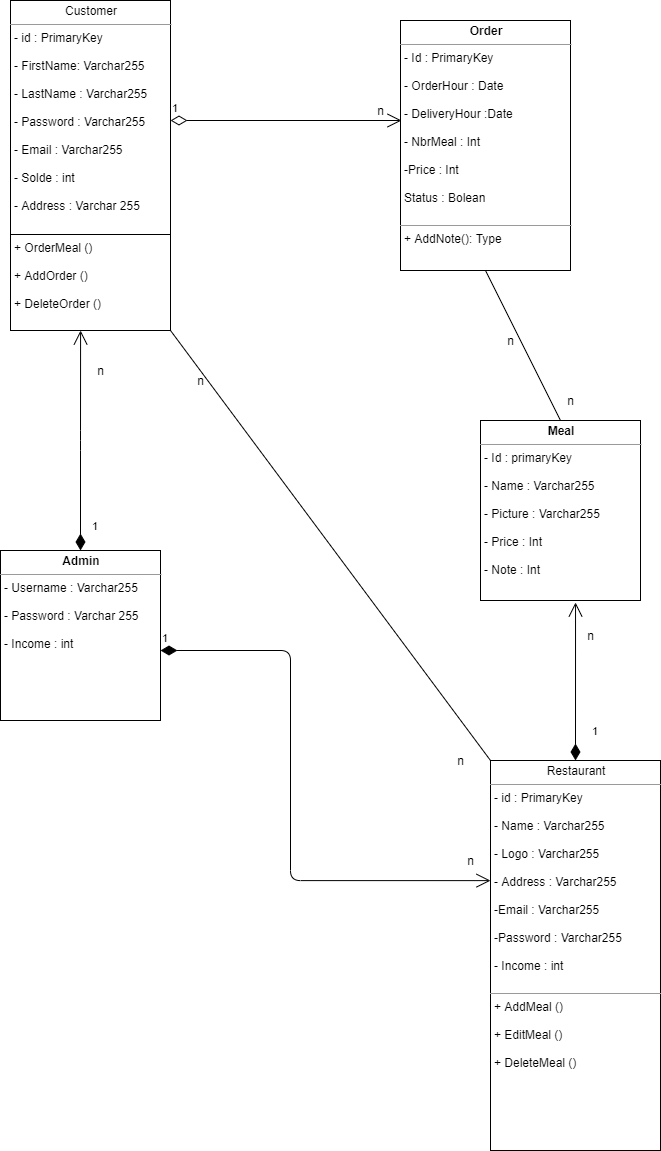
Before: Documentation/Diagramme de classe.png, a diagram exported from draw.io (leoniemandah/Dev-Eat). Source tidied: cells renumbered, new cells last; positions are measured from the earlier drawing's top-left corner, leaving out a move shared by most shapes.
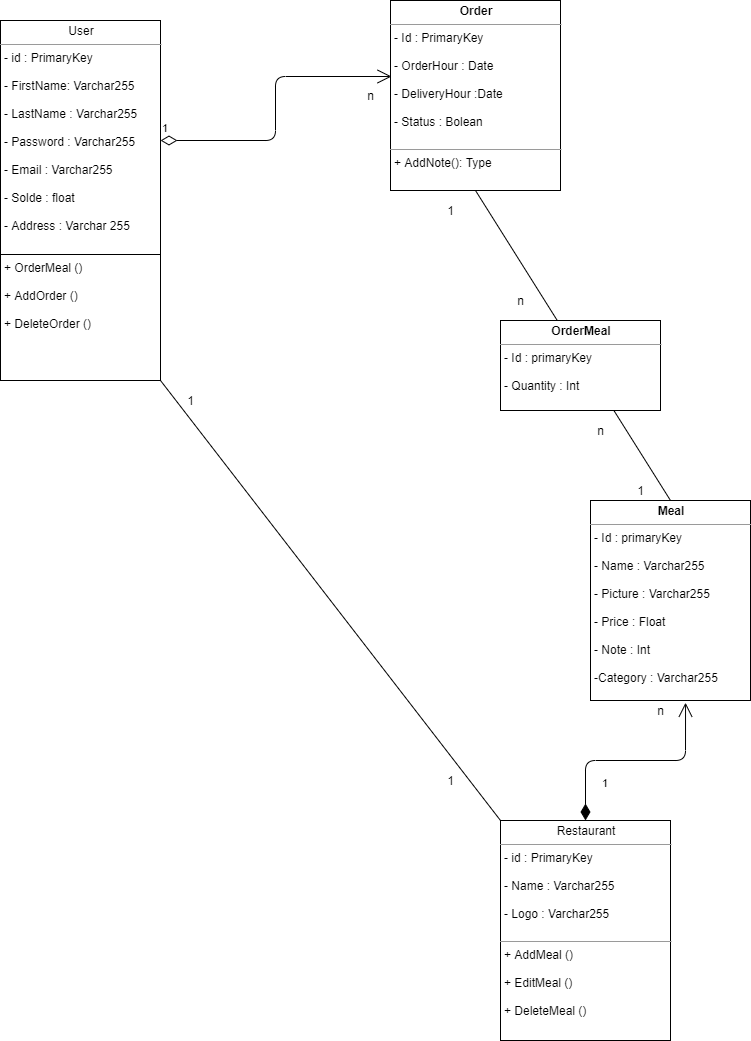
Above is the later version.

Change to the diagram source:
```diff
@@ -2,65 +2,42 @@
   <root>
     <mxCell id="0" />
     <mxCell id="1" parent="0" />
-    <mxCell id="2" value="&lt;p style=&quot;margin: 0px ; margin-top: 4px ; text-align: center&quot;&gt;Customer&lt;/p&gt;&lt;hr size=&quot;1&quot;&gt;&lt;p style=&quot;margin: 0px ; margin-left: 4px&quot;&gt;- id : PrimaryKey&lt;/p&gt;&lt;p style=&quot;margin: 0px ; margin-left: 4px&quot;&gt;&lt;br&gt;&lt;/p&gt;&lt;p style=&quot;margin: 0px ; margin-left: 4px&quot;&gt;- FirstName: Varchar255&lt;/p&gt;&lt;p style=&quot;margin: 0px ; margin-left: 4px&quot;&gt;&lt;br&gt;&lt;/p&gt;&lt;p style=&quot;margin: 0px ; margin-left: 4px&quot;&gt;- LastName : Varchar255&lt;/p&gt;&lt;p style=&quot;margin: 0px ; margin-left: 4px&quot;&gt;&lt;br&gt;&lt;/p&gt;&lt;p style=&quot;margin: 0px ; margin-left: 4px&quot;&gt;- Password : Varchar255&lt;/p&gt;&lt;p style=&quot;margin: 0px ; margin-left: 4px&quot;&gt;&lt;br&gt;&lt;/p&gt;&lt;p style=&quot;margin: 0px ; margin-left: 4px&quot;&gt;- Email : Varchar255&lt;/p&gt;&lt;p style=&quot;margin: 0px ; margin-left: 4px&quot;&gt;&lt;br&gt;&lt;/p&gt;&lt;p style=&quot;margin: 0px ; margin-left: 4px&quot;&gt;- Solde : int&lt;/p&gt;&lt;p style=&quot;margin: 0px ; margin-left: 4px&quot;&gt;&lt;br&gt;&lt;/p&gt;&lt;p style=&quot;margin: 0px ; margin-left: 4px&quot;&gt;- Address : Varchar 255&lt;/p&gt;&lt;p style=&quot;margin: 0px ; margin-left: 4px&quot;&gt;&lt;br&gt;&lt;/p&gt;&lt;p style=&quot;margin: 0px ; margin-left: 4px&quot;&gt;&lt;br&gt;&lt;/p&gt;&lt;p style=&quot;margin: 0px ; margin-left: 4px&quot;&gt;+ OrderMeal ()&amp;nbsp;&lt;/p&gt;&lt;p style=&quot;margin: 0px ; margin-left: 4px&quot;&gt;&lt;br&gt;&lt;/p&gt;&lt;p style=&quot;margin: 0px ; margin-left: 4px&quot;&gt;+ AddOrder ()&lt;/p&gt;&lt;p style=&quot;margin: 0px ; margin-left: 4px&quot;&gt;&lt;br&gt;&lt;/p&gt;&lt;p style=&quot;margin: 0px ; margin-left: 4px&quot;&gt;+ DeleteOrder ()&lt;/p&gt;&lt;p style=&quot;margin: 0px ; margin-left: 4px&quot;&gt;&lt;br&gt;&lt;/p&gt;&lt;p style=&quot;margin: 0px ; margin-left: 4px&quot;&gt;&lt;br&gt;&lt;/p&gt;&lt;p style=&quot;margin: 0px ; margin-left: 4px&quot;&gt;&lt;br&gt;&lt;/p&gt;&lt;p style=&quot;margin: 0px ; margin-left: 4px&quot;&gt;&lt;br&gt;&lt;/p&gt;" style="verticalAlign=top;align=left;overflow=fill;fontSize=12;fontFamily=Helvetica;html=1;" parent="1" vertex="1">
-      <mxGeometry x="10" width="160" height="330" as="geometry" />
+    <mxCell id="2" value="&lt;p style=&quot;margin: 0px ; margin-top: 4px ; text-align: center&quot;&gt;User&lt;/p&gt;&lt;hr size=&quot;1&quot;&gt;&lt;p style=&quot;margin: 0px ; margin-left: 4px&quot;&gt;- id : PrimaryKey&lt;/p&gt;&lt;p style=&quot;margin: 0px ; margin-left: 4px&quot;&gt;&lt;br&gt;&lt;/p&gt;&lt;p style=&quot;margin: 0px ; margin-left: 4px&quot;&gt;- FirstName: Varchar255&lt;/p&gt;&lt;p style=&quot;margin: 0px ; margin-left: 4px&quot;&gt;&lt;br&gt;&lt;/p&gt;&lt;p style=&quot;margin: 0px ; margin-left: 4px&quot;&gt;- LastName : Varchar255&lt;/p&gt;&lt;p style=&quot;margin: 0px ; margin-left: 4px&quot;&gt;&lt;br&gt;&lt;/p&gt;&lt;p style=&quot;margin: 0px ; margin-left: 4px&quot;&gt;- Password : Varchar255&lt;/p&gt;&lt;p style=&quot;margin: 0px ; margin-left: 4px&quot;&gt;&lt;br&gt;&lt;/p&gt;&lt;p style=&quot;margin: 0px ; margin-left: 4px&quot;&gt;- Email : Varchar255&lt;/p&gt;&lt;p style=&quot;margin: 0px ; margin-left: 4px&quot;&gt;&lt;br&gt;&lt;/p&gt;&lt;p style=&quot;margin: 0px ; margin-left: 4px&quot;&gt;- Solde : float&lt;/p&gt;&lt;p style=&quot;margin: 0px ; margin-left: 4px&quot;&gt;&lt;br&gt;&lt;/p&gt;&lt;p style=&quot;margin: 0px ; margin-left: 4px&quot;&gt;- Address : Varchar 255&lt;/p&gt;&lt;p style=&quot;margin: 0px ; margin-left: 4px&quot;&gt;&lt;br&gt;&lt;/p&gt;&lt;p style=&quot;margin: 0px ; margin-left: 4px&quot;&gt;&lt;br&gt;&lt;/p&gt;&lt;p style=&quot;margin: 0px ; margin-left: 4px&quot;&gt;+ OrderMeal ()&amp;nbsp;&lt;/p&gt;&lt;p style=&quot;margin: 0px ; margin-left: 4px&quot;&gt;&lt;br&gt;&lt;/p&gt;&lt;p style=&quot;margin: 0px ; margin-left: 4px&quot;&gt;+ AddOrder ()&lt;/p&gt;&lt;p style=&quot;margin: 0px ; margin-left: 4px&quot;&gt;&lt;br&gt;&lt;/p&gt;&lt;p style=&quot;margin: 0px ; margin-left: 4px&quot;&gt;+ DeleteOrder ()&lt;/p&gt;&lt;p style=&quot;margin: 0px ; margin-left: 4px&quot;&gt;&lt;br&gt;&lt;/p&gt;&lt;p style=&quot;margin: 0px ; margin-left: 4px&quot;&gt;&lt;br&gt;&lt;/p&gt;&lt;p style=&quot;margin: 0px ; margin-left: 4px&quot;&gt;&lt;br&gt;&lt;/p&gt;&lt;p style=&quot;margin: 0px ; margin-left: 4px&quot;&gt;&lt;br&gt;&lt;/p&gt;" style="verticalAlign=top;align=left;overflow=fill;fontSize=12;fontFamily=Helvetica;html=1;" parent="1" vertex="1">
+      <mxGeometry x="10" width="160" height="360" as="geometry" />
     </mxCell>
     <mxCell id="3" style="line;strokeWidth=1;fillColor=none;align=left;verticalAlign=middle;spacingTop=-1;spacingLeft=3;spacingRight=3;labelPosition=right;" parent="1" vertex="1">
       <mxGeometry x="10" y="230" width="160" height="8" as="geometry" />
     </mxCell>
-    <mxCell id="4" value="&lt;p style=&quot;margin: 0px ; margin-top: 4px ; text-align: center&quot;&gt;Restaurant&lt;/p&gt;&lt;hr size=&quot;1&quot;&gt;&lt;p style=&quot;margin: 0px ; margin-left: 4px&quot;&gt;- id : PrimaryKey&lt;/p&gt;&lt;p style=&quot;margin: 0px ; margin-left: 4px&quot;&gt;&lt;br&gt;&lt;/p&gt;&lt;p style=&quot;margin: 0px ; margin-left: 4px&quot;&gt;- Name : Varchar255&lt;/p&gt;&lt;p style=&quot;margin: 0px ; margin-left: 4px&quot;&gt;&lt;br&gt;&lt;/p&gt;&lt;p style=&quot;margin: 0px ; margin-left: 4px&quot;&gt;- Logo : Varchar255&lt;/p&gt;&lt;p style=&quot;margin: 0px ; margin-left: 4px&quot;&gt;&lt;br&gt;&lt;/p&gt;&lt;p style=&quot;margin: 0px ; margin-left: 4px&quot;&gt;- Address : Varchar255&lt;/p&gt;&lt;p style=&quot;margin: 0px ; margin-left: 4px&quot;&gt;&amp;nbsp;&lt;/p&gt;&lt;p style=&quot;margin: 0px ; margin-left: 4px&quot;&gt;-Email : Varchar255&lt;/p&gt;&lt;p style=&quot;margin: 0px ; margin-left: 4px&quot;&gt;&lt;br&gt;&lt;/p&gt;&lt;p style=&quot;margin: 0px ; margin-left: 4px&quot;&gt;-Password : Varchar255&lt;/p&gt;&lt;p style=&quot;margin: 0px ; margin-left: 4px&quot;&gt;&lt;br&gt;&lt;/p&gt;&lt;p style=&quot;margin: 0px ; margin-left: 4px&quot;&gt;- Income : int&lt;/p&gt;&lt;p style=&quot;margin: 0px ; margin-left: 4px&quot;&gt;&lt;br&gt;&lt;/p&gt;&lt;hr size=&quot;1&quot;&gt;&lt;p style=&quot;margin: 0px ; margin-left: 4px&quot;&gt;+ AddMeal ()&lt;/p&gt;&lt;p style=&quot;margin: 0px ; margin-left: 4px&quot;&gt;&lt;br&gt;&lt;/p&gt;&lt;p style=&quot;margin: 0px ; margin-left: 4px&quot;&gt;+ EditMeal ()&lt;/p&gt;&lt;p style=&quot;margin: 0px ; margin-left: 4px&quot;&gt;&lt;br&gt;&lt;/p&gt;&lt;p style=&quot;margin: 0px ; margin-left: 4px&quot;&gt;+ DeleteMeal ()&lt;/p&gt;&lt;p style=&quot;margin: 0px ; margin-left: 4px&quot;&gt;&lt;br&gt;&lt;/p&gt;&lt;p style=&quot;margin: 0px ; margin-left: 4px&quot;&gt;&lt;br&gt;&lt;/p&gt;&lt;p style=&quot;margin: 0px ; margin-left: 4px&quot;&gt;&lt;br&gt;&lt;/p&gt;&lt;p style=&quot;margin: 0px ; margin-left: 4px&quot;&gt;&lt;br&gt;&lt;/p&gt;" style="verticalAlign=top;align=left;overflow=fill;fontSize=12;fontFamily=Helvetica;html=1;" parent="1" vertex="1">
-      <mxGeometry x="490" y="760" width="170" height="390" as="geometry" />
+    <mxCell id="4" value="&lt;p style=&quot;margin: 0px ; margin-top: 4px ; text-align: center&quot;&gt;Restaurant&lt;/p&gt;&lt;hr size=&quot;1&quot;&gt;&lt;p style=&quot;margin: 0px ; margin-left: 4px&quot;&gt;- id : PrimaryKey&lt;/p&gt;&lt;p style=&quot;margin: 0px ; margin-left: 4px&quot;&gt;&lt;br&gt;&lt;/p&gt;&lt;p style=&quot;margin: 0px ; margin-left: 4px&quot;&gt;- Name : Varchar255&lt;/p&gt;&lt;p style=&quot;margin: 0px ; margin-left: 4px&quot;&gt;&lt;br&gt;&lt;/p&gt;&lt;p style=&quot;margin: 0px ; margin-left: 4px&quot;&gt;- Logo : Varchar255&lt;/p&gt;&lt;p style=&quot;margin: 0px ; margin-left: 4px&quot;&gt;&lt;br&gt;&lt;/p&gt;&lt;hr size=&quot;1&quot;&gt;&lt;p style=&quot;margin: 0px ; margin-left: 4px&quot;&gt;+ AddMeal ()&lt;/p&gt;&lt;p style=&quot;margin: 0px ; margin-left: 4px&quot;&gt;&lt;br&gt;&lt;/p&gt;&lt;p style=&quot;margin: 0px ; margin-left: 4px&quot;&gt;+ EditMeal ()&lt;/p&gt;&lt;p style=&quot;margin: 0px ; margin-left: 4px&quot;&gt;&lt;br&gt;&lt;/p&gt;&lt;p style=&quot;margin: 0px ; margin-left: 4px&quot;&gt;+ DeleteMeal ()&lt;/p&gt;&lt;p style=&quot;margin: 0px ; margin-left: 4px&quot;&gt;&lt;br&gt;&lt;/p&gt;&lt;p style=&quot;margin: 0px ; margin-left: 4px&quot;&gt;&lt;br&gt;&lt;/p&gt;&lt;p style=&quot;margin: 0px ; margin-left: 4px&quot;&gt;&lt;br&gt;&lt;/p&gt;&lt;p style=&quot;margin: 0px ; margin-left: 4px&quot;&gt;&lt;br&gt;&lt;/p&gt;" style="verticalAlign=top;align=left;overflow=fill;fontSize=12;fontFamily=Helvetica;html=1;" parent="1" vertex="1">
+      <mxGeometry x="510" y="800" width="170" height="220" as="geometry" />
     </mxCell>
-    <mxCell id="5" value="&lt;p style=&quot;margin: 0px ; margin-top: 4px ; text-align: center&quot;&gt;&lt;b&gt;Meal&lt;/b&gt;&lt;/p&gt;&lt;hr size=&quot;1&quot;&gt;&lt;p style=&quot;margin: 0px ; margin-left: 4px&quot;&gt;- Id : primaryKey&amp;nbsp;&lt;/p&gt;&lt;p style=&quot;margin: 0px ; margin-left: 4px&quot;&gt;&lt;br&gt;&lt;/p&gt;&lt;p style=&quot;margin: 0px ; margin-left: 4px&quot;&gt;- Name : Varchar255&lt;/p&gt;&lt;p style=&quot;margin: 0px ; margin-left: 4px&quot;&gt;&lt;br&gt;&lt;/p&gt;&lt;p style=&quot;margin: 0px ; margin-left: 4px&quot;&gt;- Picture : Varchar255&lt;/p&gt;&lt;p style=&quot;margin: 0px ; margin-left: 4px&quot;&gt;&lt;br&gt;&lt;/p&gt;&lt;p style=&quot;margin: 0px ; margin-left: 4px&quot;&gt;- Price : Int&lt;/p&gt;&lt;p style=&quot;margin: 0px ; margin-left: 4px&quot;&gt;&lt;br&gt;&lt;/p&gt;&lt;p style=&quot;margin: 0px ; margin-left: 4px&quot;&gt;- Note : Int&lt;/p&gt;&lt;p style=&quot;margin: 0px ; margin-left: 4px&quot;&gt;&lt;br&gt;&lt;/p&gt;&lt;p style=&quot;margin: 0px ; margin-left: 4px&quot;&gt;&lt;br&gt;&lt;/p&gt;" style="verticalAlign=top;align=left;overflow=fill;fontSize=12;fontFamily=Helvetica;html=1;" parent="1" vertex="1">
-      <mxGeometry x="480" y="420" width="160" height="180" as="geometry" />
+    <mxCell id="5" value="&lt;p style=&quot;margin: 0px ; margin-top: 4px ; text-align: center&quot;&gt;&lt;b&gt;Meal&lt;/b&gt;&lt;/p&gt;&lt;hr size=&quot;1&quot;&gt;&lt;p style=&quot;margin: 0px ; margin-left: 4px&quot;&gt;- Id : primaryKey&amp;nbsp;&lt;/p&gt;&lt;p style=&quot;margin: 0px ; margin-left: 4px&quot;&gt;&lt;br&gt;&lt;/p&gt;&lt;p style=&quot;margin: 0px ; margin-left: 4px&quot;&gt;- Name : Varchar255&lt;/p&gt;&lt;p style=&quot;margin: 0px ; margin-left: 4px&quot;&gt;&lt;br&gt;&lt;/p&gt;&lt;p style=&quot;margin: 0px ; margin-left: 4px&quot;&gt;- Picture : Varchar255&lt;/p&gt;&lt;p style=&quot;margin: 0px ; margin-left: 4px&quot;&gt;&lt;br&gt;&lt;/p&gt;&lt;p style=&quot;margin: 0px ; margin-left: 4px&quot;&gt;- Price : Float&lt;/p&gt;&lt;p style=&quot;margin: 0px ; margin-left: 4px&quot;&gt;&lt;br&gt;&lt;/p&gt;&lt;p style=&quot;margin: 0px ; margin-left: 4px&quot;&gt;- Note : Int&lt;/p&gt;&lt;p style=&quot;margin: 0px ; margin-left: 4px&quot;&gt;&lt;br&gt;&lt;/p&gt;&lt;p style=&quot;margin: 0px ; margin-left: 4px&quot;&gt;-Category : Varchar255&lt;/p&gt;&lt;p style=&quot;margin: 0px ; margin-left: 4px&quot;&gt;&lt;br&gt;&lt;/p&gt;&lt;p style=&quot;margin: 0px ; margin-left: 4px&quot;&gt;&lt;br&gt;&lt;/p&gt;" style="verticalAlign=top;align=left;overflow=fill;fontSize=12;fontFamily=Helvetica;html=1;" parent="1" vertex="1">
+      <mxGeometry x="600" y="480" width="160" height="200" as="geometry" />
     </mxCell>
-    <mxCell id="6" value="&lt;p style=&quot;margin: 0px ; margin-top: 4px ; text-align: center&quot;&gt;&lt;b&gt;Order&lt;/b&gt;&lt;/p&gt;&lt;hr size=&quot;1&quot;&gt;&lt;p style=&quot;margin: 0px ; margin-left: 4px&quot;&gt;- Id : PrimaryKey&amp;nbsp;&lt;/p&gt;&lt;p style=&quot;margin: 0px ; margin-left: 4px&quot;&gt;&lt;br&gt;&lt;/p&gt;&lt;p style=&quot;margin: 0px ; margin-left: 4px&quot;&gt;- OrderHour : Date&lt;/p&gt;&lt;p style=&quot;margin: 0px ; margin-left: 4px&quot;&gt;&lt;br&gt;&lt;/p&gt;&lt;p style=&quot;margin: 0px ; margin-left: 4px&quot;&gt;- DeliveryHour :Date&lt;/p&gt;&lt;p style=&quot;margin: 0px ; margin-left: 4px&quot;&gt;&lt;br&gt;&lt;/p&gt;&lt;p style=&quot;margin: 0px ; margin-left: 4px&quot;&gt;- NbrMeal : Int&amp;nbsp;&lt;/p&gt;&lt;p style=&quot;margin: 0px ; margin-left: 4px&quot;&gt;&lt;br&gt;&lt;/p&gt;&lt;p style=&quot;margin: 0px ; margin-left: 4px&quot;&gt;-Price : Int&lt;/p&gt;&lt;p style=&quot;margin: 0px ; margin-left: 4px&quot;&gt;&lt;br&gt;&lt;/p&gt;&lt;p style=&quot;margin: 0px ; margin-left: 4px&quot;&gt;Status : Bolean&amp;nbsp;&lt;/p&gt;&lt;p style=&quot;margin: 0px ; margin-left: 4px&quot;&gt;&lt;br&gt;&lt;/p&gt;&lt;hr size=&quot;1&quot;&gt;&lt;p style=&quot;margin: 0px ; margin-left: 4px&quot;&gt;+ AddNote(): Type&lt;/p&gt;" style="verticalAlign=top;align=left;overflow=fill;fontSize=12;fontFamily=Helvetica;html=1;" parent="1" vertex="1">
-      <mxGeometry x="400" y="20" width="170" height="250" as="geometry" />
+    <mxCell id="6" value="&lt;p style=&quot;margin: 0px ; margin-top: 4px ; text-align: center&quot;&gt;&lt;b&gt;Order&lt;/b&gt;&lt;/p&gt;&lt;hr size=&quot;1&quot;&gt;&lt;p style=&quot;margin: 0px ; margin-left: 4px&quot;&gt;- Id : PrimaryKey&amp;nbsp;&lt;/p&gt;&lt;p style=&quot;margin: 0px ; margin-left: 4px&quot;&gt;&lt;br&gt;&lt;/p&gt;&lt;p style=&quot;margin: 0px ; margin-left: 4px&quot;&gt;- OrderHour : Date&lt;/p&gt;&lt;p style=&quot;margin: 0px ; margin-left: 4px&quot;&gt;&lt;br&gt;&lt;/p&gt;&lt;p style=&quot;margin: 0px ; margin-left: 4px&quot;&gt;- DeliveryHour :Date&lt;/p&gt;&lt;p style=&quot;margin: 0px ; margin-left: 4px&quot;&gt;&lt;br&gt;&lt;/p&gt;&lt;p style=&quot;margin: 0px ; margin-left: 4px&quot;&gt;- Status : Bolean&amp;nbsp;&lt;/p&gt;&lt;p style=&quot;margin: 0px ; margin-left: 4px&quot;&gt;&lt;br&gt;&lt;/p&gt;&lt;hr size=&quot;1&quot;&gt;&lt;p style=&quot;margin: 0px ; margin-left: 4px&quot;&gt;+ AddNote(): Type&lt;/p&gt;" style="verticalAlign=top;align=left;overflow=fill;fontSize=12;fontFamily=Helvetica;html=1;" parent="1" vertex="1">
+      <mxGeometry x="400" y="-20" width="170" height="190" as="geometry" />
     </mxCell>
-    <mxCell id="7" value="&lt;p style=&quot;margin: 0px ; margin-top: 4px ; text-align: center&quot;&gt;&lt;b&gt;Admin&lt;/b&gt;&lt;/p&gt;&lt;hr size=&quot;1&quot;&gt;&lt;p style=&quot;margin: 0px ; margin-left: 4px&quot;&gt;- Username : Varchar255&lt;/p&gt;&lt;p style=&quot;margin: 0px ; margin-left: 4px&quot;&gt;&lt;br&gt;&lt;/p&gt;&lt;p style=&quot;margin: 0px ; margin-left: 4px&quot;&gt;- Password : Varchar 255&lt;/p&gt;&lt;p style=&quot;margin: 0px ; margin-left: 4px&quot;&gt;&lt;br&gt;&lt;/p&gt;&lt;p style=&quot;margin: 0px ; margin-left: 4px&quot;&gt;- Income : int&lt;/p&gt;&lt;p style=&quot;margin: 0px ; margin-left: 4px&quot;&gt;&lt;br&gt;&lt;/p&gt;&lt;p style=&quot;margin: 0px ; margin-left: 4px&quot;&gt;&lt;br&gt;&lt;/p&gt;&lt;p style=&quot;margin: 0px ; margin-left: 4px&quot;&gt;&lt;br&gt;&lt;/p&gt;" style="verticalAlign=top;align=left;overflow=fill;fontSize=12;fontFamily=Helvetica;html=1;" parent="1" vertex="1">
-      <mxGeometry y="550" width="160" height="170" as="geometry" />
-    </mxCell>
     <mxCell id="8" style="endArrow=none;html=1;entryX=0.5;entryY=1;entryDx=0;entryDy=0;exitX=0.5;exitY=0;exitDx=0;exitDy=0;" parent="1" edge="1" source="5" target="6">
       <mxGeometry relative="1" as="geometry" />
     </mxCell>
     <mxCell id="9" value="n" style="text;html=1;align=center;verticalAlign=middle;" parent="1" vertex="1">
-      <mxGeometry x="500" y="330" width="20" height="20" as="geometry" />
+      <mxGeometry x="520" y="270" width="20" height="20" as="geometry" />
     </mxCell>
     <mxCell id="10" value="n" style="text;html=1;align=center;verticalAlign=middle;" parent="1" vertex="1">
-      <mxGeometry x="560" y="390" width="20" height="20" as="geometry" />
+      <mxGeometry x="600" y="400" width="20" height="20" as="geometry" />
     </mxCell>
     <mxCell id="11" value="n" style="text;html=1;align=center;verticalAlign=middle;" parent="1" vertex="1">
-      <mxGeometry x="580" y="625" width="20" height="20" as="geometry" />
+      <mxGeometry x="660" y="680" width="20" height="20" as="geometry" />
     </mxCell>
-    <mxCell id="12" value="n" style="text;html=1;align=center;verticalAlign=middle;" parent="1" vertex="1">
-      <mxGeometry x="460" y="850" width="20" height="20" as="geometry" />
-    </mxCell>
     <mxCell id="13" style="endArrow=none;html=1;exitX=1;exitY=1;exitDx=0;exitDy=0;entryX=0;entryY=0;entryDx=0;entryDy=0;" parent="1" edge="1" source="2" target="4">
       <mxGeometry relative="1" as="geometry" />
     </mxCell>
-    <mxCell id="14" value="n" style="text;html=1;align=center;verticalAlign=middle;" parent="1" vertex="1">
+    <mxCell id="14" value="1" style="text;html=1;align=center;verticalAlign=middle;" parent="1" vertex="1">
       <mxGeometry x="190" y="370" width="20" height="20" as="geometry" />
     </mxCell>
-    <mxCell id="15" value="n" style="text;html=1;align=center;verticalAlign=middle;" parent="1" vertex="1">
+    <mxCell id="15" value="1" style="text;html=1;align=center;verticalAlign=middle;" parent="1" vertex="1">
       <mxGeometry x="450" y="750" width="20" height="20" as="geometry" />
     </mxCell>
-    <mxCell id="16" value="1" style="endArrow=open;html=1;endSize=12;startArrow=diamondThin;startSize=14;startFill=1;edgeStyle=orthogonalEdgeStyle;align=left;verticalAlign=bottom;entryX=0.438;entryY=1;entryDx=0;entryDy=0;entryPerimeter=0;exitX=0.5;exitY=0;exitDx=0;exitDy=0;" parent="1" edge="1" source="7" target="2">
-      <mxGeometry y="-96" relative="1" as="geometry">
-        <mxPoint x="-86" y="95" as="offset" />
-      </mxGeometry>
-    </mxCell>
-    <mxCell id="17" value="n" style="text;html=1;align=center;verticalAlign=middle;" parent="1" vertex="1">
-      <mxGeometry x="90" y="360" width="20" height="20" as="geometry" />
-    </mxCell>
-    <mxCell id="18" value="1" style="endArrow=open;html=1;endSize=12;startArrow=diamondThin;startSize=14;startFill=1;edgeStyle=orthogonalEdgeStyle;align=left;verticalAlign=bottom;entryX=0;entryY=0.308;entryDx=0;entryDy=0;entryPerimeter=0;" parent="1" edge="1" target="4">
-      <mxGeometry x="-1" y="3" relative="1" as="geometry">
-        <mxPoint x="160" y="650" as="sourcePoint" />
-        <Array as="points">
-          <mxPoint x="290" y="650" />
-          <mxPoint x="290" y="880" />
-        </Array>
-      </mxGeometry>
-    </mxCell>
     <mxCell id="19" value="1" style="endArrow=open;html=1;endSize=12;startArrow=diamondThin;startSize=14;startFill=1;edgeStyle=orthogonalEdgeStyle;align=left;verticalAlign=bottom;exitX=0.5;exitY=0;exitDx=0;exitDy=0;entryX=0.594;entryY=1.011;entryDx=0;entryDy=0;entryPerimeter=0;" parent="1" edge="1" source="4" target="5">
       <mxGeometry x="-0.75" y="-15" relative="1" as="geometry" />
     </mxCell>
@@ -70,7 +47,16 @@
       </mxGeometry>
     </mxCell>
     <mxCell id="21" value="n" style="text;html=1;align=center;verticalAlign=middle;" parent="1" vertex="1">
-      <mxGeometry x="370" y="100" width="20" height="20" as="geometry" />
+      <mxGeometry x="370" y="65" width="20" height="20" as="geometry" />
     </mxCell>
+    <mxCell id="22" value="&lt;p style=&quot;margin: 0px ; margin-top: 4px ; text-align: center&quot;&gt;&lt;b&gt;OrderMeal&lt;/b&gt;&lt;/p&gt;&lt;hr size=&quot;1&quot;&gt;&lt;p style=&quot;margin: 0px ; margin-left: 4px&quot;&gt;&lt;/p&gt;&lt;p style=&quot;margin: 0px 0px 0px 4px&quot;&gt;- Id : primaryKey&amp;nbsp;&lt;/p&gt;&lt;p style=&quot;margin: 0px 0px 0px 4px&quot;&gt;&lt;br&gt;&lt;/p&gt;&lt;p style=&quot;margin: 0px ; margin-left: 4px&quot;&gt;- Quantity : Int&lt;/p&gt;" style="verticalAlign=top;align=left;overflow=fill;fontSize=12;fontFamily=Helvetica;html=1;" parent="1" vertex="1">
+      <mxGeometry x="510" y="300" width="160" height="90" as="geometry" />
+    </mxCell>
+    <mxCell id="23" value="1" style="text;html=1;align=center;verticalAlign=middle;" parent="1" vertex="1">
+      <mxGeometry x="450" y="180" width="20" height="20" as="geometry" />
+    </mxCell>
+    <mxCell id="24" value="1" style="text;html=1;align=center;verticalAlign=middle;" parent="1" vertex="1">
+      <mxGeometry x="640" y="460" width="20" height="20" as="geometry" />
+    </mxCell>
   </root>
 </mxGraphModel>
```
